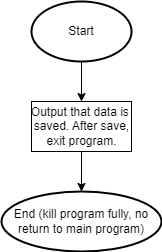
The draw.io diagram flowcharts/exit.drawio.png in iiRealisticDev/unit4tournamentapp, before a commit. Source tidied: cells renumbered, new cells last; positions are measured from the earlier drawing's top-left corner, leaving out a move shared by most shapes.
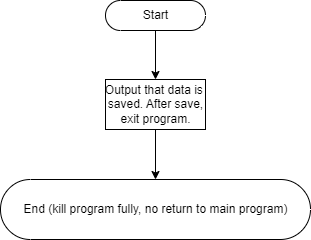
The same file after the commit.

Change to the diagram source:
```diff
@@ -5,8 +5,8 @@
     <mxCell id="2" style="edgeStyle=none;html=1;entryX=0.5;entryY=0;entryDx=0;entryDy=0;" parent="1" edge="1" source="3" target="5">
       <mxGeometry relative="1" as="geometry" />
     </mxCell>
-    <mxCell id="3" value="Start" style="strokeWidth=2;html=1;shape=mxgraph.flowchart.start_1;whiteSpace=wrap;" parent="1" vertex="1">
-      <mxGeometry x="30" width="100" height="60" as="geometry" />
+    <mxCell id="3" value="Start" style="html=1;dashed=0;whitespace=wrap;shape=mxgraph.dfd.start;strokeColor=default;fontFamily=Helvetica;fontSize=12;fontColor=default;fillColor=default;" parent="1" vertex="1">
+      <mxGeometry x="30" y="21" width="100" height="30" as="geometry" />
     </mxCell>
     <mxCell id="4" style="edgeStyle=none;html=1;" parent="1" edge="1" source="5" target="6">
       <mxGeometry relative="1" as="geometry" />
@@ -14,8 +14,8 @@
     <mxCell id="5" value="Output that data is&amp;nbsp;&lt;br&gt;saved. After save,&lt;br&gt;exit program." style="html=1;dashed=0;whitespace=wrap;" parent="1" vertex="1">
       <mxGeometry x="30" y="100" width="100" height="50" as="geometry" />
     </mxCell>
-    <mxCell id="6" value="End (kill program fully, no return to main program)" style="strokeWidth=2;html=1;shape=mxgraph.flowchart.start_1;whiteSpace=wrap;" parent="1" vertex="1">
-      <mxGeometry y="190" width="160" height="60" as="geometry" />
+    <mxCell id="6" value="End (kill program fully, no return to main program)" style="html=1;dashed=0;whitespace=wrap;shape=mxgraph.dfd.start;strokeColor=default;fontFamily=Helvetica;fontSize=12;fontColor=default;fillColor=default;" parent="1" vertex="1">
+      <mxGeometry x="-75" y="200" width="310" height="60" as="geometry" />
     </mxCell>
   </root>
 </mxGraphModel>
```
